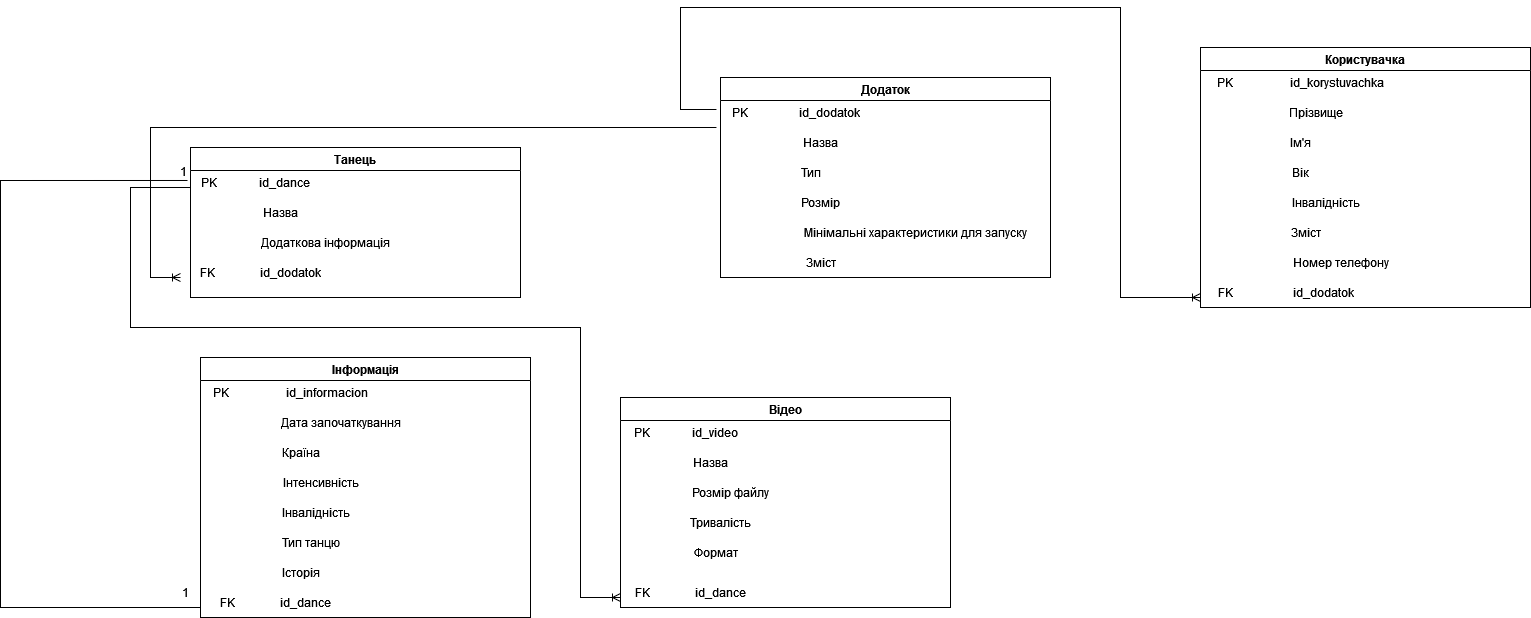
Above: 2-SoftwareDesign/2.3-DataModel/Диаграмма без названия.drawio.png in oleksandrblazhko/eai205-shapovalova (draw.io), before the change. Source tidied: cells renumbered, new cells last; positions are measured from the earlier drawing's top-left corner, leaving out a move shared by most shapes.
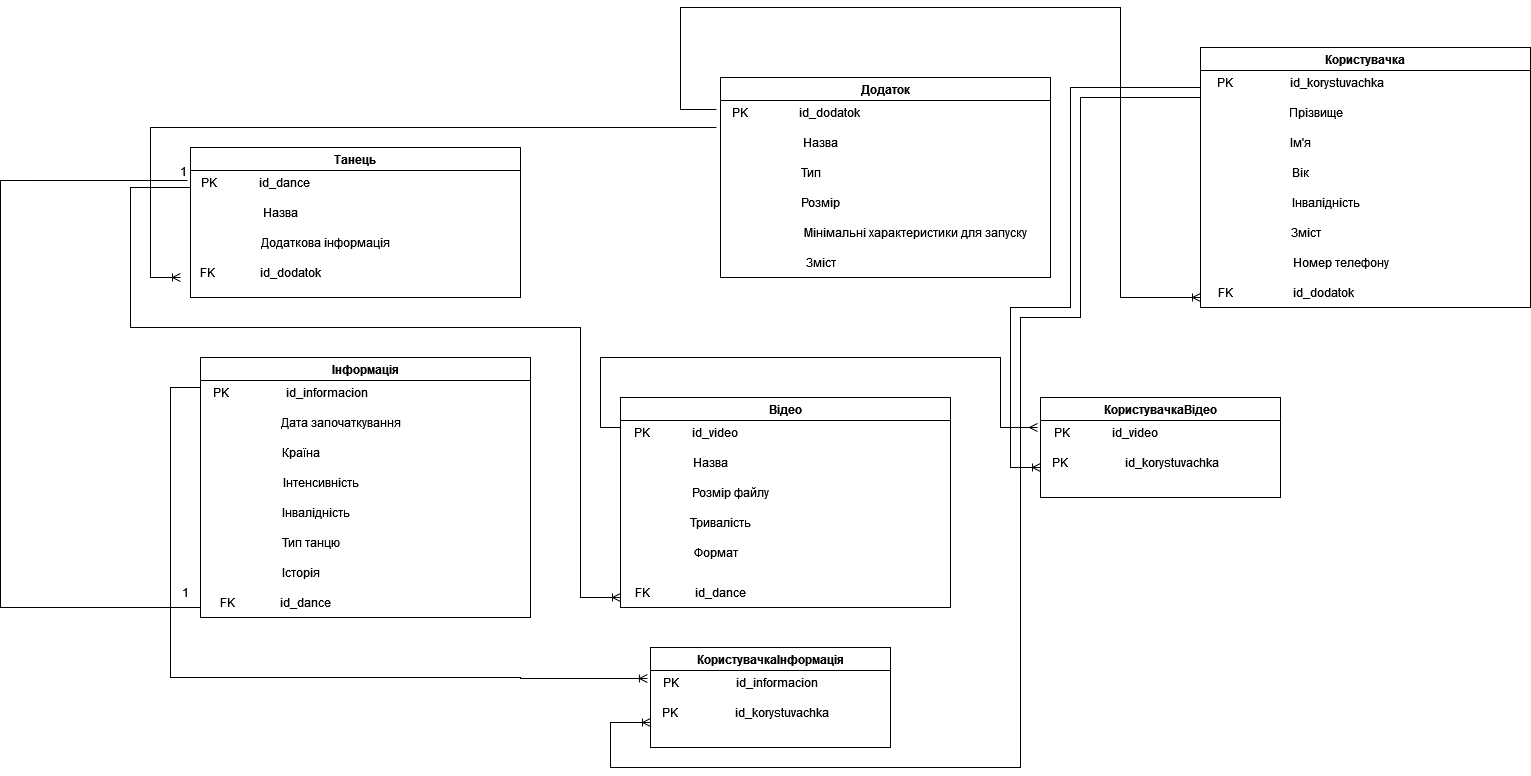
The same diagram one commit later.

Change to the diagram source:
```diff
@@ -56,9 +56,9 @@
     <mxCell id="19" value="PK &amp;nbsp; &amp;nbsp; &amp;nbsp; &amp;nbsp;&amp;nbsp;&amp;nbsp;&amp;nbsp;&amp;nbsp;&amp;nbsp; id_dance" style="text;html=1;align=center;verticalAlign=middle;points=[];strokeColor=none;fillColor=none;" parent="18" vertex="1">
       <mxGeometry y="20" width="130" height="30" as="geometry" />
     </mxCell>
-    <mxCell id="20" value="Назва" style="text;html=1;align=center;verticalAlign=middle;strokeColor=none;fillColor=none;" parent="18" vertex="1">
-      <mxGeometry x="60" y="50" width="60" height="30" as="geometry" />
-    </mxCell>
+    <mxCell id="45" value="Назва" style="text;html=1;align=center;verticalAlign=middle;strokeColor=none;fillColor=none;" parent="18" vertex="1">
+      <mxGeometry x="60" y="50" width="60" height="30" as="geometry" />
+    </mxCell>
     <mxCell id="21" value="Додаткова інформація" style="text;html=1;align=center;verticalAlign=middle;strokeColor=none;fillColor=none;" parent="18" vertex="1">
       <mxGeometry x="60" y="80" width="150" height="30" as="geometry" />
     </mxCell>
@@ -68,12 +68,12 @@
     <mxCell id="23" value="Відео" style="swimlane;" parent="1" vertex="1">
       <mxGeometry x="620" y="390" width="330" height="210" as="geometry" />
     </mxCell>
-    <mxCell id="24" value="PK &amp;nbsp; &amp;nbsp; &amp;nbsp; &amp;nbsp;&amp;nbsp;&amp;nbsp;&amp;nbsp;&amp;nbsp;&amp;nbsp; id_video" style="text;html=1;align=center;verticalAlign=middle;strokeColor=none;fillColor=none;" parent="23" vertex="1">
-      <mxGeometry y="20" width="130" height="30" as="geometry" />
-    </mxCell>
-    <mxCell id="25" value="Назва" style="text;html=1;align=center;verticalAlign=middle;strokeColor=none;fillColor=none;" parent="23" vertex="1">
-      <mxGeometry x="60" y="50" width="60" height="30" as="geometry" />
-    </mxCell>
+    <mxCell id="46" value="PK &amp;nbsp; &amp;nbsp; &amp;nbsp; &amp;nbsp;&amp;nbsp;&amp;nbsp;&amp;nbsp;&amp;nbsp;&amp;nbsp; id_video" style="text;html=1;align=center;verticalAlign=middle;strokeColor=none;fillColor=none;" parent="23" vertex="1">
+      <mxGeometry y="20" width="130" height="30" as="geometry" />
+    </mxCell>
+    <mxCell id="47" value="Назва" style="text;html=1;align=center;verticalAlign=middle;strokeColor=none;fillColor=none;" parent="23" vertex="1">
+      <mxGeometry x="60" y="50" width="60" height="30" as="geometry" />
+    </mxCell>
     <mxCell id="26" value="Розмір файлу" style="text;html=1;align=center;verticalAlign=middle;strokeColor=none;fillColor=none;" parent="23" vertex="1">
       <mxGeometry x="60" y="80" width="100" height="30" as="geometry" />
     </mxCell>
@@ -89,9 +89,9 @@
     <mxCell id="30" value="Інформація" style="swimlane;startSize=23;" parent="1" vertex="1">
       <mxGeometry x="200" y="350" width="330" height="260" as="geometry" />
     </mxCell>
-    <mxCell id="31" value="PK &amp;nbsp; &amp;nbsp; &amp;nbsp; &amp;nbsp;&amp;nbsp;&amp;nbsp;&amp;nbsp;&amp;nbsp;&amp;nbsp; &amp;nbsp; &amp;nbsp;&amp;nbsp; id_informacion" style="text;html=1;align=center;verticalAlign=middle;strokeColor=none;fillColor=none;" parent="30" vertex="1">
-      <mxGeometry y="20" width="180" height="30" as="geometry" />
-    </mxCell>
+    <mxCell id="48" value="PK &amp;nbsp; &amp;nbsp; &amp;nbsp; &amp;nbsp;&amp;nbsp;&amp;nbsp;&amp;nbsp;&amp;nbsp;&amp;nbsp; &amp;nbsp; &amp;nbsp;&amp;nbsp; id_informacion" style="text;html=1;align=center;verticalAlign=middle;strokeColor=none;fillColor=none;" parent="30" vertex="1">
+      <mxGeometry y="20" width="180" height="30" as="geometry" />
+    </mxCell>
     <mxCell id="32" value="Дата започаткування" style="text;html=1;align=center;verticalAlign=middle;strokeColor=none;fillColor=none;" parent="30" vertex="1">
       <mxGeometry x="70" y="50" width="140" height="30" as="geometry" />
     </mxCell>
@@ -113,52 +113,117 @@
     <mxCell id="38" value="FK &amp;nbsp; &amp;nbsp;&amp;nbsp; &amp;nbsp; &amp;nbsp; &amp;nbsp;&amp;nbsp;&amp;nbsp;&amp;nbsp; id_dance" style="text;html=1;align=center;verticalAlign=middle;strokeColor=none;fillColor=none;" parent="30" vertex="1">
       <mxGeometry x="10" y="230" width="130" height="30" as="geometry" />
     </mxCell>
-    <mxCell id="39" style="edgeStyle=orthogonalEdgeStyle;fontSize=12;html=1;endArrow=ERoneToMany;rounded=0;exitX=-0.027;exitY=0.4;exitDx=0;exitDy=0;exitPerimeter=0;" parent="1" edge="1" source="3">
-      <mxGeometry relative="1" as="geometry">
-        <mxPoint x="1200" y="290" as="targetPoint" />
-        <Array as="points">
-          <mxPoint x="680" y="102" />
-          <mxPoint x="680" />
-          <mxPoint x="1120" />
-          <mxPoint x="1120" y="290" />
-        </Array>
-      </mxGeometry>
-    </mxCell>
-    <mxCell id="40" style="edgeStyle=orthogonalEdgeStyle;fontSize=12;html=1;endArrow=ERoneToMany;rounded=0;elbow=vertical;exitX=-0.027;exitY=1;exitDx=0;exitDy=0;exitPerimeter=0;" parent="1" edge="1" source="3">
-      <mxGeometry relative="1" as="geometry">
-        <mxPoint x="180" y="270" as="targetPoint" />
-        <Array as="points">
-          <mxPoint x="150" y="120" />
-          <mxPoint x="150" y="270" />
-        </Array>
-      </mxGeometry>
-    </mxCell>
-    <mxCell id="41" style="endArrow=none;html=1;rounded=0;elbow=vertical;entryX=-0.023;entryY=0.433;entryDx=0;entryDy=0;entryPerimeter=0;" parent="1" edge="1" target="19">
-      <mxGeometry relative="1" as="geometry">
-        <mxPoint x="200" y="600" as="sourcePoint" />
-        <Array as="points">
-          <mxPoint y="600" />
-          <mxPoint y="173" />
-        </Array>
-      </mxGeometry>
-    </mxCell>
+    <mxCell id="49" style="edgeStyle=orthogonalEdgeStyle;fontSize=12;html=1;endArrow=ERoneToMany;rounded=0;exitX=-0.027;exitY=0.4;exitDx=0;exitDy=0;exitPerimeter=0;" parent="1" edge="1" source="3">
+      <mxGeometry relative="1" as="geometry">
+        <mxPoint x="1200" y="290" as="targetPoint" />
+        <Array as="points">
+          <mxPoint x="680" y="102" />
+          <mxPoint x="680" />
+          <mxPoint x="1120" />
+          <mxPoint x="1120" y="290" />
+        </Array>
+      </mxGeometry>
+    </mxCell>
+    <mxCell id="50" style="edgeStyle=orthogonalEdgeStyle;fontSize=12;html=1;endArrow=ERoneToMany;rounded=0;elbow=vertical;exitX=-0.027;exitY=1;exitDx=0;exitDy=0;exitPerimeter=0;" parent="1" edge="1" source="3">
+      <mxGeometry relative="1" as="geometry">
+        <mxPoint x="180" y="270" as="targetPoint" />
+        <Array as="points">
+          <mxPoint x="150" y="120" />
+          <mxPoint x="150" y="270" />
+        </Array>
+      </mxGeometry>
+    </mxCell>
+    <mxCell id="51" style="endArrow=none;html=1;rounded=0;elbow=vertical;entryX=-0.023;entryY=0.433;entryDx=0;entryDy=0;entryPerimeter=0;" parent="1" edge="1" target="19">
+      <mxGeometry relative="1" as="geometry">
+        <mxPoint x="200" y="600" as="sourcePoint" />
+        <Array as="points">
+          <mxPoint y="600" />
+          <mxPoint y="173" />
+        </Array>
+      </mxGeometry>
+    </mxCell>
-    <mxCell id="42" value="1" style="html=1;align=right;verticalAlign=bottom;" parent="41" vertex="1">
+    <mxCell id="42" value="1" style="html=1;align=right;verticalAlign=bottom;" parent="51" vertex="1">
       <mxGeometry x="1" relative="1" as="geometry" />
     </mxCell>
     <mxCell id="43" value="1" style="text;html=1;align=center;verticalAlign=middle;strokeColor=none;fillColor=none;" parent="1" vertex="1">
       <mxGeometry x="170" y="570" width="30" height="30" as="geometry" />
     </mxCell>
-    <mxCell id="44" style="edgeStyle=orthogonalEdgeStyle;fontSize=12;html=1;endArrow=ERoneToMany;rounded=0;exitX=0;exitY=0.25;exitDx=0;exitDy=0;" parent="1" edge="1" source="18">
-      <mxGeometry relative="1" as="geometry">
-        <mxPoint x="620" y="590" as="targetPoint" />
-        <Array as="points">
-          <mxPoint x="190" y="180" />
-          <mxPoint x="130" y="180" />
-          <mxPoint x="130" y="320" />
-          <mxPoint x="580" y="320" />
-          <mxPoint x="580" y="590" />
-        </Array>
-      </mxGeometry>
-    </mxCell>
+    <mxCell id="52" style="edgeStyle=orthogonalEdgeStyle;fontSize=12;html=1;endArrow=ERoneToMany;rounded=0;exitX=0;exitY=0.25;exitDx=0;exitDy=0;" parent="1" edge="1" source="18">
+      <mxGeometry relative="1" as="geometry">
+        <mxPoint x="620" y="590" as="targetPoint" />
+        <Array as="points">
+          <mxPoint x="190" y="180" />
+          <mxPoint x="130" y="180" />
+          <mxPoint x="130" y="320" />
+          <mxPoint x="580" y="320" />
+          <mxPoint x="580" y="590" />
+        </Array>
+      </mxGeometry>
+    </mxCell>
+    <mxCell id="53" value="КористувачкаВідео" style="swimlane;" parent="1" vertex="1">
+      <mxGeometry x="1040" y="390" width="240" height="100" as="geometry" />
+    </mxCell>
+    <mxCell id="54" value="PK &amp;nbsp; &amp;nbsp; &amp;nbsp; &amp;nbsp;&amp;nbsp;&amp;nbsp;&amp;nbsp;&amp;nbsp;&amp;nbsp; id_video" style="text;html=1;align=center;verticalAlign=middle;points=[];strokeColor=none;fillColor=none;" parent="53" vertex="1">
+      <mxGeometry y="20" width="130" height="30" as="geometry" />
+    </mxCell>
+    <mxCell id="55" value="PK &amp;nbsp; &amp;nbsp; &amp;nbsp; &amp;nbsp;&amp;nbsp;&amp;nbsp;&amp;nbsp;&amp;nbsp;&amp;nbsp; &amp;nbsp; &amp;nbsp;&amp;nbsp; id_korystuvachka" style="text;html=1;align=center;verticalAlign=middle;strokeColor=none;fillColor=none;" parent="53" vertex="1">
+      <mxGeometry y="50" width="190" height="30" as="geometry" />
+    </mxCell>
+    <mxCell id="56" style="edgeStyle=orthogonalEdgeStyle;fontSize=12;html=1;endArrow=ERmany;rounded=0;elbow=vertical;entryX=-0.023;entryY=0.333;entryDx=0;entryDy=0;entryPerimeter=0;" parent="1" edge="1" target="54">
+      <mxGeometry relative="1" as="geometry">
+        <mxPoint x="620" y="420" as="sourcePoint" />
+        <Array as="points">
+          <mxPoint x="600" y="420" />
+          <mxPoint x="600" y="350" />
+          <mxPoint x="1000" y="350" />
+          <mxPoint x="1000" y="420" />
+        </Array>
+      </mxGeometry>
+    </mxCell>
+    <mxCell id="57" style="edgeStyle=orthogonalEdgeStyle;fontSize=12;html=1;endArrow=ERoneToMany;rounded=0;elbow=vertical;" parent="1" edge="1">
+      <mxGeometry relative="1" as="geometry">
+        <mxPoint x="1200" y="80" as="sourcePoint" />
+        <mxPoint x="1040" y="460" as="targetPoint" />
+        <Array as="points">
+          <mxPoint x="1070" y="80" />
+          <mxPoint x="1070" y="300" />
+          <mxPoint x="1010" y="300" />
+          <mxPoint x="1010" y="460" />
+        </Array>
+      </mxGeometry>
+    </mxCell>
+    <mxCell id="58" value="КористувачкаІнформація" style="swimlane;" parent="1" vertex="1">
+      <mxGeometry x="650" y="640" width="240" height="100" as="geometry" />
+    </mxCell>
+    <mxCell id="59" value="PK &amp;nbsp; &amp;nbsp; &amp;nbsp; &amp;nbsp;&amp;nbsp;&amp;nbsp;&amp;nbsp;&amp;nbsp;&amp;nbsp; &amp;nbsp; &amp;nbsp;&amp;nbsp; id_informacion" style="text;html=1;align=center;verticalAlign=middle;points=[];strokeColor=none;fillColor=none;" parent="58" vertex="1">
+      <mxGeometry y="20" width="180" height="30" as="geometry" />
+    </mxCell>
+    <mxCell id="60" value="PK &amp;nbsp; &amp;nbsp; &amp;nbsp; &amp;nbsp;&amp;nbsp;&amp;nbsp;&amp;nbsp;&amp;nbsp;&amp;nbsp; &amp;nbsp; &amp;nbsp;&amp;nbsp; id_korystuvachka" style="text;html=1;align=center;verticalAlign=middle;strokeColor=none;fillColor=none;" parent="58" vertex="1">
+      <mxGeometry y="50" width="190" height="30" as="geometry" />
+    </mxCell>
+    <mxCell id="61" style="edgeStyle=orthogonalEdgeStyle;fontSize=12;html=1;endArrow=ERoneToMany;rounded=0;elbow=vertical;entryX=-0.017;entryY=0.367;entryDx=0;entryDy=0;entryPerimeter=0;" parent="1" edge="1" target="59">
+      <mxGeometry relative="1" as="geometry">
+        <mxPoint x="200" y="380" as="sourcePoint" />
+        <Array as="points">
+          <mxPoint x="170" y="380" />
+          <mxPoint x="170" y="670" />
+          <mxPoint x="520" y="670" />
+          <mxPoint x="520" y="671" />
+        </Array>
+      </mxGeometry>
+    </mxCell>
+    <mxCell id="62" style="edgeStyle=orthogonalEdgeStyle;fontSize=12;html=1;endArrow=ERoneToMany;rounded=0;elbow=vertical;entryX=0;entryY=0.75;entryDx=0;entryDy=0;" parent="1" edge="1" target="58">
+      <mxGeometry relative="1" as="geometry">
+        <mxPoint x="1200" y="90" as="sourcePoint" />
+        <Array as="points">
+          <mxPoint x="1080" y="90" />
+          <mxPoint x="1080" y="310" />
+          <mxPoint x="1020" y="310" />
+          <mxPoint x="1020" y="760" />
+          <mxPoint x="610" y="760" />
+          <mxPoint x="610" y="715" />
+        </Array>
+      </mxGeometry>
+    </mxCell>
   </root>
 </mxGraphModel>
```
